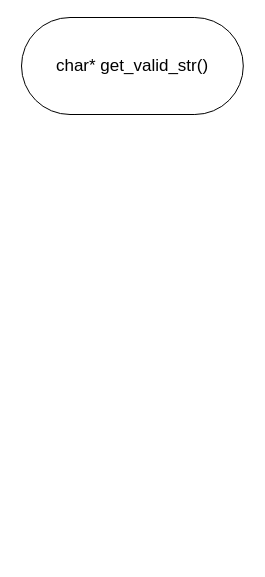
Before: LAB7_get_valid_str.drawio in kravecila28-ops/Block-diagram_templates, a draw.io diagram. Source tidied: cells renumbered, new cells numbered last; positions are measured from the earlier drawing's top-left corner, leaving out a move shared by most shapes. Both pictures are drawn from the tidied source at 100%, with x=0, y=0 at pixel (21, 17).
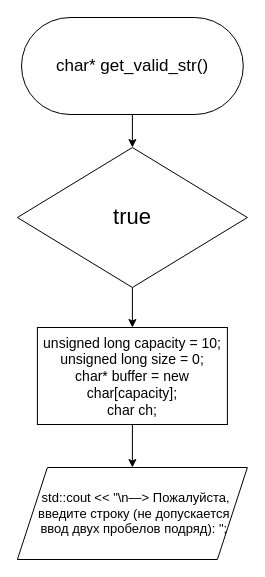
The same diagram, later.

Change to the diagram source:
```diff
@@
 <mxGraphModel>
   <root>
     <mxCell id="0" />
     <mxCell id="1" parent="0" />
+    <mxCell id="3" style="edgeStyle=orthogonalEdgeStyle;rounded=0;jettySize=auto;html=1;exitX=0.5;exitY=1;exitDx=0;exitDy=0;entryX=0.5;entryY=0;entryDx=0;entryDy=0;" parent="1" edge="1" source="2" target="5">
+      <mxGeometry relative="1" as="geometry" />
+    </mxCell>
     <mxCell id="2" value="&lt;font style=&quot;font-size: 17px;&quot;&gt;char* get_valid_str()&lt;/font&gt;" style="rounded=1;whiteSpace=wrap;html=1;arcSize=50;labelBackgroundColor=none;" parent="1" vertex="1">
       <mxGeometry width="221.8" height="97" as="geometry" />
     </mxCell>
+    <mxCell id="4" style="edgeStyle=orthogonalEdgeStyle;rounded=0;jettySize=auto;html=1;exitX=0.5;exitY=1;exitDx=0;exitDy=0;entryX=0.5;entryY=0;entryDx=0;entryDy=0;" parent="1" edge="1" source="5" target="7">
+      <mxGeometry relative="1" as="geometry" />
+    </mxCell>
+    <mxCell id="5" value="&lt;font style=&quot;font-size: 22px;&quot;&gt;true&lt;/font&gt;" style="rhombus;whiteSpace=wrap;html=1;labelBackgroundColor=none;" parent="1" vertex="1">
+      <mxGeometry x="-4.1" y="130" width="230" height="140" as="geometry" />
+    </mxCell>
+    <mxCell id="6" style="edgeStyle=orthogonalEdgeStyle;rounded=0;jettySize=auto;html=1;exitX=0.5;exitY=1;exitDx=0;exitDy=0;entryX=0.5;entryY=0;entryDx=0;entryDy=0;" parent="1" edge="1" source="7" target="8">
+      <mxGeometry relative="1" as="geometry" />
+    </mxCell>
+    <mxCell id="7" value="&lt;div&gt;&lt;font style=&quot;font-size: 14px;&quot;&gt;unsigned long capacity = 10;&lt;/font&gt;&lt;/div&gt;&lt;div&gt;&lt;font style=&quot;font-size: 14px;&quot;&gt;unsigned long size = 0;&lt;/font&gt;&lt;/div&gt;&lt;div&gt;&lt;font style=&quot;font-size: 14px;&quot;&gt;char* buffer = new char[capacity];&lt;/font&gt;&lt;/div&gt;&lt;div&gt;&lt;font style=&quot;font-size: 14px;&quot;&gt;char ch;&lt;/font&gt;&lt;/div&gt;" style="rounded=0;whiteSpace=wrap;html=1;labelBackgroundColor=none;" parent="1" vertex="1">
+      <mxGeometry x="15.9" y="310" width="190" height="97" as="geometry" />
+    </mxCell>
+    <mxCell id="8" value="&lt;font style=&quot;font-size: 13px;&quot;&gt;&amp;nbsp; std::cout &amp;lt;&amp;lt; &quot;\n—&amp;gt; Пожалуйста,&lt;/font&gt;&lt;div&gt;&lt;font style=&quot;font-size: 13px;&quot;&gt;&amp;nbsp;введите строку (не допускается&lt;/font&gt;&lt;/div&gt;&lt;div&gt;&lt;font style=&quot;font-size: 13px;&quot;&gt;&amp;nbsp;ввод двух пробелов подряд): &quot;;&lt;/font&gt;&lt;/div&gt;" style="shape=parallelogram;perimeter=parallelogramPerimeter;whiteSpace=wrap;html=1;fixedSize=1;labelBackgroundColor=none;size=30;" parent="1" vertex="1">
+      <mxGeometry x="-4.1" y="450" width="230" height="92" as="geometry" />
+    </mxCell>
   </root>
 </mxGraphModel>
```
